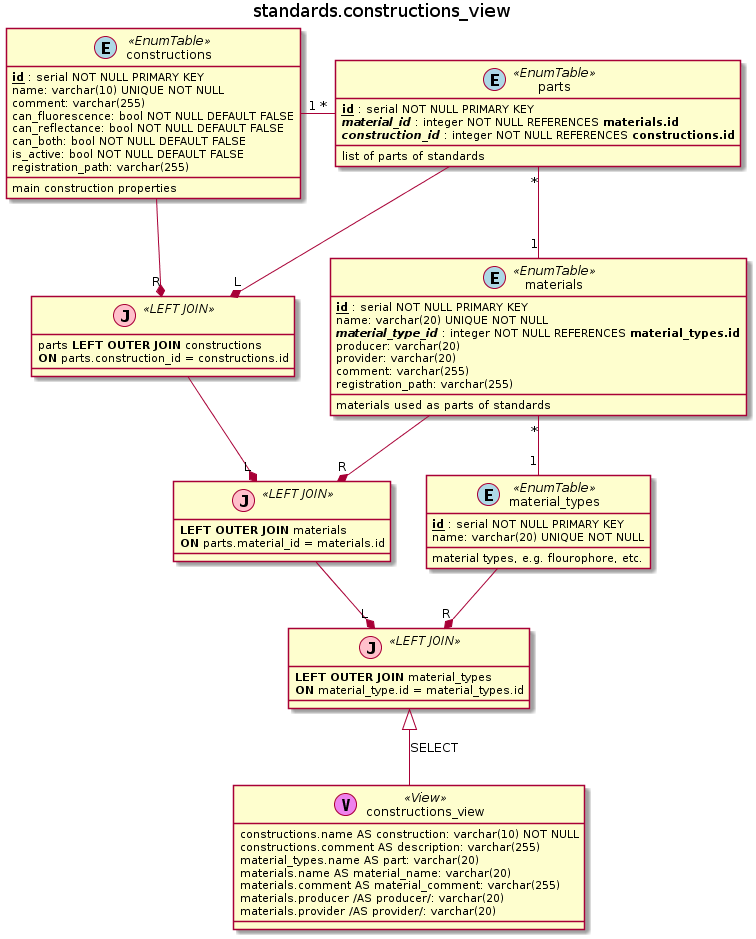
This is database_example/standards_constructions_view.png from FooBarShebang/plant_uml, a PlantUML export, as it was before one commit.
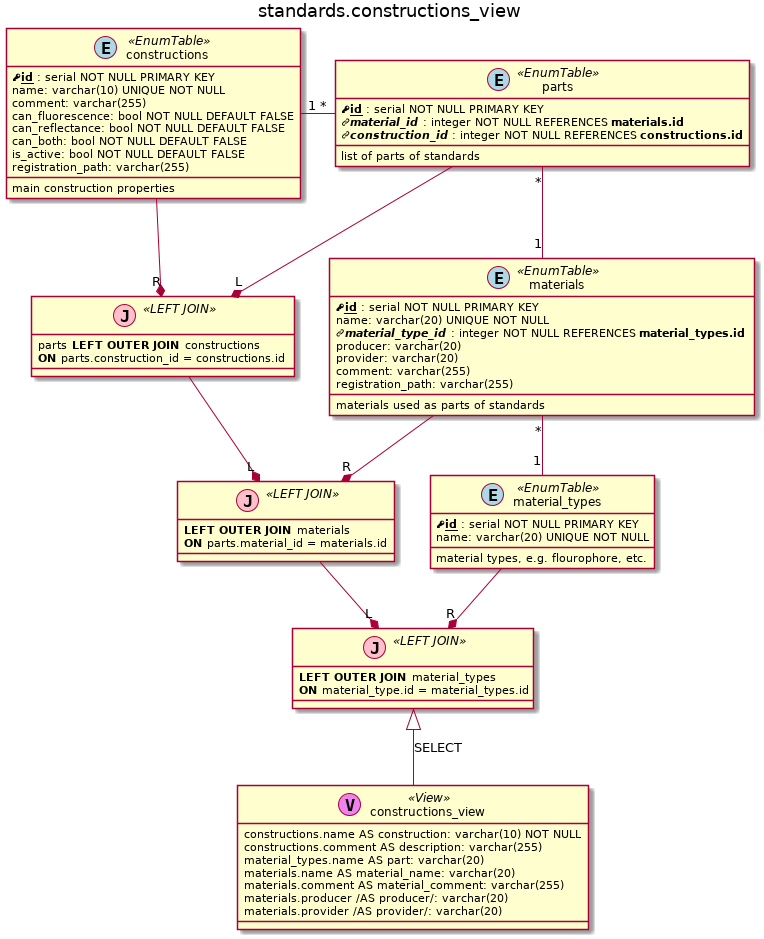
Later version of the same file.

Change to the diagram source:
```diff
@@ -1,4 +1,4 @@
-@startuml standard_construction_view
+@startuml standards_construction_view
 
 title standards.constructions_view
 
@@ -53,18 +53,18 @@
 
 
 class parts <<(E, lightblue) EnumTable>> {
-    {field} <u><b>id</b></u> : serial NOT NULL PRIMARY KEY
-    {field} {field} <i><b>material_id</b></i> : integer NOT NULL REFERENCES <b>materials.id</b>
-    {field} {field} <i><b>construction_id</b></i> : integer NOT NULL REFERENCES <b>constructions.id</b>
+    {field} <&key><u><b>id</b></u> : serial NOT NULL PRIMARY KEY
+    {field} {field} <&link-intact><i><b>material_id</b></i> : integer NOT NULL REFERENCES <b>materials.id</b>
+    {field} {field} <&link-intact><i><b>construction_id</b></i> : integer NOT NULL REFERENCES <b>constructions.id</b>
         {method} list of parts of standards
 }
 
 
 
 class materials <<(E, lightblue) EnumTable>> {
-    {field} <u><b>id</b></u> : serial NOT NULL PRIMARY KEY
+    {field} <&key><u><b>id</b></u> : serial NOT NULL PRIMARY KEY
     {field} name: varchar(20) UNIQUE NOT NULL
-    {field} <i><b>material_type_id</b></i> : integer NOT NULL REFERENCES <b>material_types.id</b>
+    {field} <&link-intact><i><b>material_type_id</b></i> : integer NOT NULL REFERENCES <b>material_types.id</b>
         {field} producer: varchar(20)
         {field} provider: varchar(20)
         {field} comment: varchar(255)
@@ -77,7 +77,7 @@
 
 
 class constructions <<(E, lightblue) EnumTable>> {
-    {field} <u><b>id</b></u> : serial NOT NULL PRIMARY KEY
+    {field} <&key><u><b>id</b></u> : serial NOT NULL PRIMARY KEY
     {field} name: varchar(10) UNIQUE NOT NULL
         {field} comment: varchar(255)
         can_fluorescence: bool NOT NULL DEFAULT FALSE
@@ -93,7 +93,7 @@
 
 
 class material_types <<(E, lightblue) EnumTable>> {
-    {field} <u><b>id</b></u> : serial NOT NULL PRIMARY KEY
+    {field} <&key><u><b>id</b></u> : serial NOT NULL PRIMARY KEY
     {field} name: varchar(20) UNIQUE NOT NULL
         {method} material types, e.g. flourophore, etc.
 }
```
